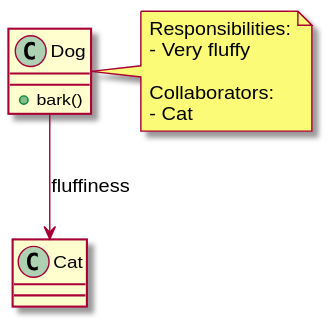
Above: docs/war_docs/doxygen/inline_umlgraph_2.svg in StrongestNumber9/mvn_01 (PlantUML), before the change.
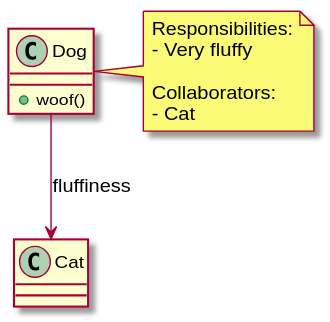
After the commit.

Diff of the diagram source:
```diff
@@ -1,6 +1,6 @@
 @startuml inline_umlgraph_2.svg
 class Dog {
-  + bark()
+  + woof()
 }
 
 Dog --> Cat : fluffiness
```
